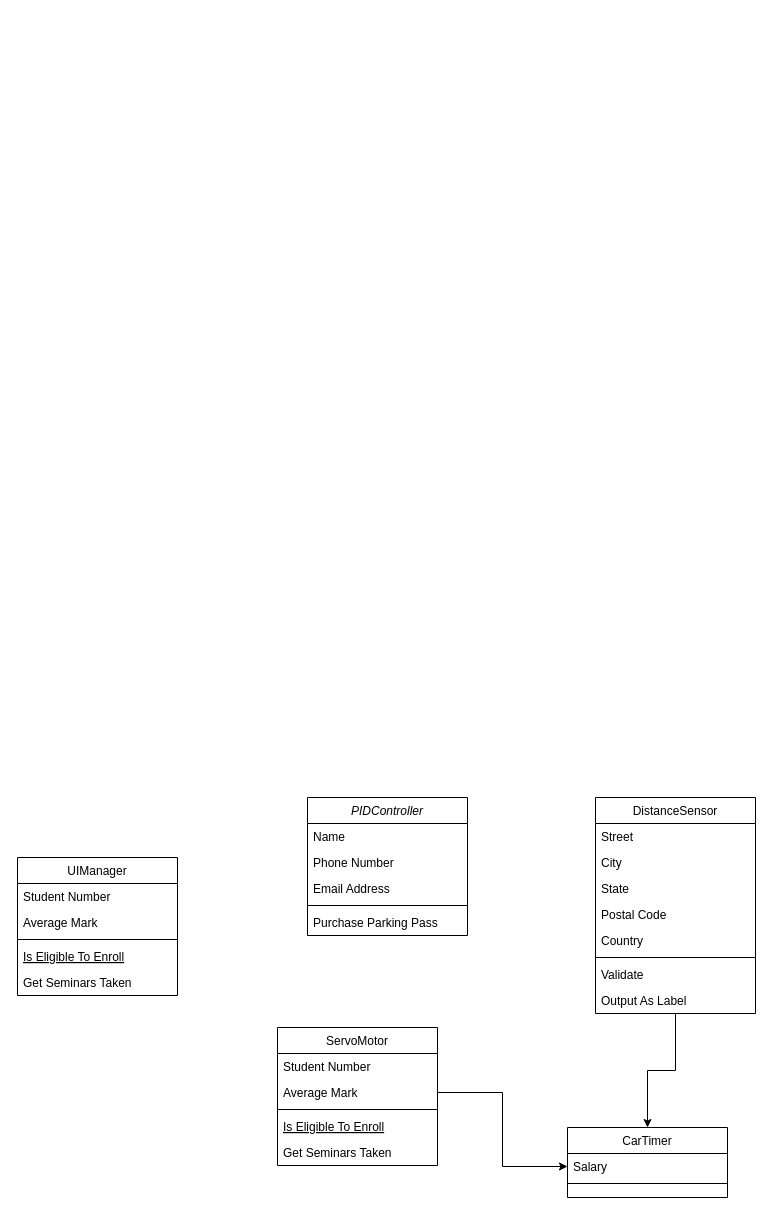
TiemonS/Tiemon-Steeghs-Semester-3-Repository keeps this draw.io diagram as Embedded systems/Closed loop challenge/Closed Loop abstractielaag klassendiagram.drawio. Above is the earlier version. Source tidied: cells renumbered, new cells numbered last; positions are measured from the earlier drawing's top-left corner, leaving out a move shared by most shapes. Both pictures are drawn from the tidied source at 100%, with x=0, y=0 at pixel (17, 797).
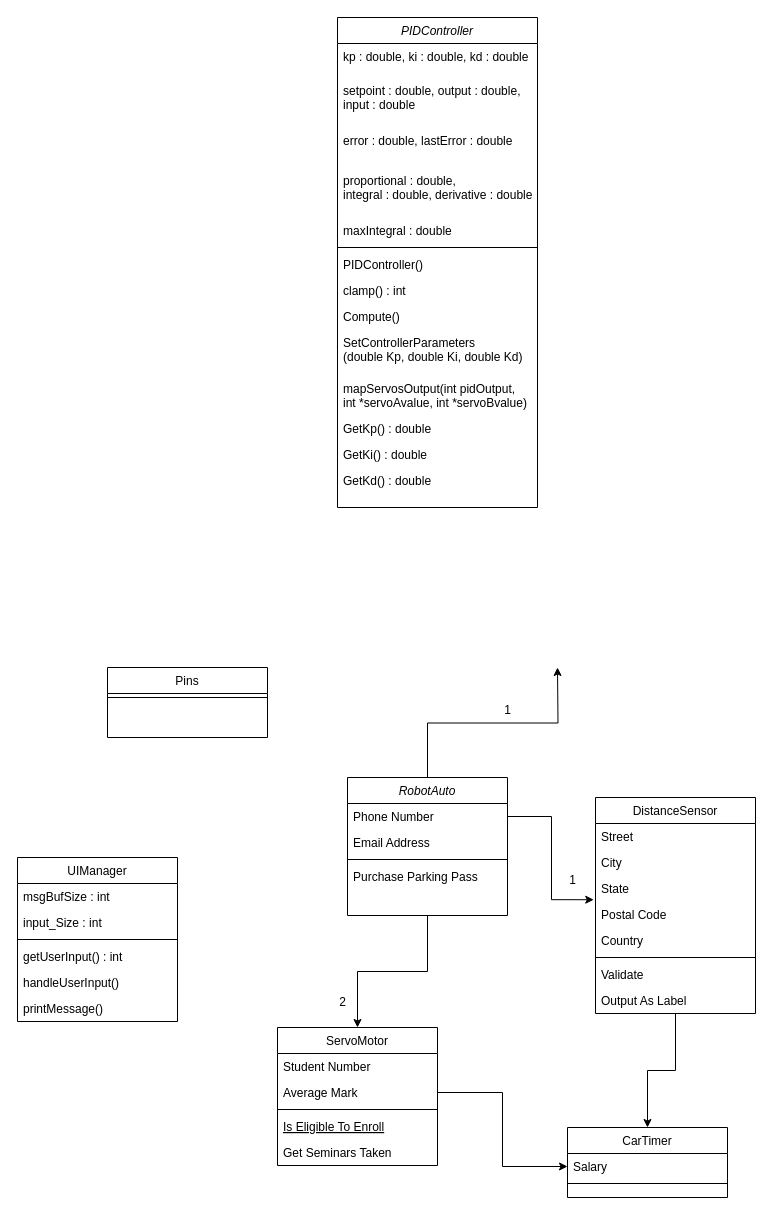
Above is the later version.

The change refers to these unchanged cells:
```xml
<mxCell id="8" value="ServoMotor" style="swimlane;fontStyle=0;align=center;verticalAlign=top;horizontal=1;startSize=26;rounded=0;shadow=0;strokeWidth=1;" parent="1" vertex="1">
  <mxGeometry x="260" y="230" width="160" height="138" as="geometry" />
</mxCell>
<mxCell id="22" value="Postal Code" style="text;align=left;verticalAlign=top;spacingLeft=4;spacingRight=4;overflow=hidden;points=[[0,0.5],[1,0.5]];portConstraint=eastwest;rounded=0;shadow=0;html=0;" parent="18" vertex="1">
  <mxGeometry y="104" width="160" height="26" as="geometry" />
</mxCell>
```

Diff of the diagram source:
```diff
@@
     <mxCell id="2" value="PIDController" style="swimlane;fontStyle=2;align=center;verticalAlign=top;horizontal=1;startSize=26;rounded=0;shadow=0;strokeWidth=1;" parent="1" vertex="1">
-      <mxGeometry x="290" width="160" height="138" as="geometry" />
+      <mxGeometry x="320" y="-780" width="200" height="490" as="geometry" />
     </mxCell>
-    <mxCell id="3" value="Name" style="text;align=left;verticalAlign=top;spacingLeft=4;spacingRight=4;overflow=hidden;" parent="2" vertex="1">
-      <mxGeometry y="26" width="160" height="26" as="geometry" />
+    <mxCell id="3" value="kp : double, ki : double, kd : double" style="text;align=left;verticalAlign=top;spacingLeft=4;spacingRight=4;overflow=hidden;" parent="2" vertex="1">
+      <mxGeometry y="26" width="200" height="34" as="geometry" />
     </mxCell>
-    <mxCell id="4" value="Phone Number" style="text;align=left;verticalAlign=top;spacingLeft=4;spacingRight=4;overflow=hidden;points=[[0,0.5],[1,0.5]];portConstraint=eastwest;rounded=0;shadow=0;html=0;" parent="2" vertex="1">
-      <mxGeometry y="52" width="160" height="26" as="geometry" />
-    </mxCell>
-    <mxCell id="5" value="Email Address" style="text;align=left;verticalAlign=top;spacingLeft=4;spacingRight=4;overflow=hidden;rounded=0;shadow=0;html=0;" parent="2" vertex="1">
-      <mxGeometry y="78" width="160" height="26" as="geometry" />
-    </mxCell>
+    <mxCell id="34" value="setpoint : double, output : double, &#10;input : double" style="text;align=left;verticalAlign=top;spacingLeft=4;spacingRight=4;overflow=hidden;rounded=0;shadow=0;html=0;" parent="2" vertex="1">
+      <mxGeometry y="60" width="200" height="50" as="geometry" />
+    </mxCell>
+    <mxCell id="35" value="error : double, lastError : double" style="text;align=left;verticalAlign=top;spacingLeft=4;spacingRight=4;overflow=hidden;rounded=0;shadow=0;html=0;" parent="2" vertex="1">
+      <mxGeometry y="110" width="200" height="40" as="geometry" />
+    </mxCell>
+    <mxCell id="36" value="proportional : double, &#10;integral : double, derivative : double" style="text;align=left;verticalAlign=top;spacingLeft=4;spacingRight=4;overflow=hidden;rounded=0;shadow=0;html=0;" parent="2" vertex="1">
+      <mxGeometry y="150" width="200" height="50" as="geometry" />
+    </mxCell>
+    <mxCell id="37" value="maxIntegral : double" style="text;align=left;verticalAlign=top;spacingLeft=4;spacingRight=4;overflow=hidden;rounded=0;shadow=0;html=0;" parent="2" vertex="1">
+      <mxGeometry y="200" width="200" height="26" as="geometry" />
+    </mxCell>
     <mxCell id="6" style="line;html=1;strokeWidth=1;align=left;verticalAlign=middle;spacingTop=-1;spacingLeft=3;spacingRight=3;labelPosition=right;" parent="2" vertex="1">
-      <mxGeometry y="104" width="160" height="8" as="geometry" />
+      <mxGeometry y="226" width="200" height="8" as="geometry" />
     </mxCell>
+    <mxCell id="38" value="PIDController()" style="text;align=left;verticalAlign=top;spacingLeft=4;spacingRight=4;overflow=hidden;" parent="2" vertex="1">
+      <mxGeometry y="234" width="200" height="26" as="geometry" />
+    </mxCell>
-    <mxCell id="7" value="Purchase Parking Pass" style="text;align=left;verticalAlign=top;spacingLeft=4;spacingRight=4;overflow=hidden;" parent="2" vertex="1">
-      <mxGeometry y="112" width="160" height="26" as="geometry" />
+    <mxCell id="7" value="clamp() : int" style="text;align=left;verticalAlign=top;spacingLeft=4;spacingRight=4;overflow=hidden;" parent="2" vertex="1">
+      <mxGeometry y="260" width="200" height="26" as="geometry" />
     </mxCell>
+    <mxCell id="39" value="Compute()" style="text;align=left;verticalAlign=top;spacingLeft=4;spacingRight=4;overflow=hidden;" parent="2" vertex="1">
+      <mxGeometry y="286" width="200" height="26" as="geometry" />
+    </mxCell>
+    <mxCell id="40" value="SetControllerParameters&#10;(double Kp, double Ki, double Kd)" style="text;align=left;verticalAlign=top;spacingLeft=4;spacingRight=4;overflow=hidden;" parent="2" vertex="1">
+      <mxGeometry y="312" width="200" height="46" as="geometry" />
+    </mxCell>
+    <mxCell id="41" value="mapServosOutput(int pidOutput, &#10;int *servoAvalue, int *servoBvalue)" style="text;align=left;verticalAlign=top;spacingLeft=4;spacingRight=4;overflow=hidden;" parent="2" vertex="1">
+      <mxGeometry y="358" width="200" height="40" as="geometry" />
+    </mxCell>
+    <mxCell id="42" value="GetKp() : double" style="text;align=left;verticalAlign=top;spacingLeft=4;spacingRight=4;overflow=hidden;" parent="2" vertex="1">
+      <mxGeometry y="398" width="200" height="26" as="geometry" />
+    </mxCell>
+    <mxCell id="43" value="GetKi() : double" style="text;align=left;verticalAlign=top;spacingLeft=4;spacingRight=4;overflow=hidden;" parent="2" vertex="1">
+      <mxGeometry y="424" width="200" height="26" as="geometry" />
+    </mxCell>
+    <mxCell id="44" value="GetKd() : double" style="text;align=left;verticalAlign=top;spacingLeft=4;spacingRight=4;overflow=hidden;" parent="2" vertex="1">
+      <mxGeometry y="450" width="200" height="26" as="geometry" />
+    </mxCell>
@@
     <mxCell id="28" value="UIManager" style="swimlane;fontStyle=0;align=center;verticalAlign=top;horizontal=1;startSize=26;rounded=0;shadow=0;strokeWidth=1;" parent="1" vertex="1">
-      <mxGeometry y="60" width="160" height="138" as="geometry" />
+      <mxGeometry y="60" width="160" height="164" as="geometry" />
     </mxCell>
-    <mxCell id="29" value="Student Number" style="text;align=left;verticalAlign=top;spacingLeft=4;spacingRight=4;overflow=hidden;" parent="28" vertex="1">
+    <mxCell id="29" value="msgBufSize : int" style="text;align=left;verticalAlign=top;spacingLeft=4;spacingRight=4;overflow=hidden;" parent="28" vertex="1">
       <mxGeometry y="26" width="160" height="26" as="geometry" />
     </mxCell>
-    <mxCell id="30" value="Average Mark" style="text;align=left;verticalAlign=top;spacingLeft=4;spacingRight=4;overflow=hidden;rounded=0;shadow=0;html=0;" parent="28" vertex="1">
+    <mxCell id="30" value="input_Size : int" style="text;align=left;verticalAlign=top;spacingLeft=4;spacingRight=4;overflow=hidden;rounded=0;shadow=0;html=0;" parent="28" vertex="1">
       <mxGeometry y="52" width="160" height="26" as="geometry" />
     </mxCell>
@@
-    <mxCell id="32" value="Is Eligible To Enroll" style="text;align=left;verticalAlign=top;spacingLeft=4;spacingRight=4;overflow=hidden;fontStyle=4;" parent="28" vertex="1">
+    <mxCell id="32" value="getUserInput() : int" style="text;align=left;verticalAlign=top;spacingLeft=4;spacingRight=4;overflow=hidden;fontStyle=0;" parent="28" vertex="1">
       <mxGeometry y="86" width="160" height="26" as="geometry" />
     </mxCell>
-    <mxCell id="33" value="Get Seminars Taken" style="text;align=left;verticalAlign=top;spacingLeft=4;spacingRight=4;overflow=hidden;" parent="28" vertex="1">
+    <mxCell id="33" value="handleUserInput()" style="text;align=left;verticalAlign=top;spacingLeft=4;spacingRight=4;overflow=hidden;" parent="28" vertex="1">
       <mxGeometry y="112" width="160" height="26" as="geometry" />
     </mxCell>
+    <mxCell id="45" value="printMessage()" style="text;align=left;verticalAlign=top;spacingLeft=4;spacingRight=4;overflow=hidden;" parent="28" vertex="1">
+      <mxGeometry y="138" width="160" height="26" as="geometry" />
+    </mxCell>
+    <mxCell id="46" value="Pins" style="swimlane;fontStyle=0;align=center;verticalAlign=top;horizontal=1;startSize=26;rounded=0;shadow=0;strokeWidth=1;" parent="1" vertex="1">
+      <mxGeometry x="90" y="-130" width="160" height="70" as="geometry" />
+    </mxCell>
+    <mxCell id="47" style="line;html=1;strokeWidth=1;align=left;verticalAlign=middle;spacingTop=-1;spacingLeft=3;spacingRight=3;labelPosition=right;" parent="46" vertex="1">
+      <mxGeometry y="26" width="160" height="8" as="geometry" />
+    </mxCell>
+    <mxCell id="48" style="edgeStyle=orthogonalEdgeStyle;rounded=0;jettySize=auto;html=1;exitX=0.5;exitY=0;exitDx=0;exitDy=0;" parent="1" edge="1" source="50">
+      <mxGeometry relative="1" as="geometry">
+        <mxPoint x="540" y="-130" as="targetPoint" />
+      </mxGeometry>
+    </mxCell>
+    <mxCell id="49" style="edgeStyle=orthogonalEdgeStyle;rounded=0;jettySize=auto;html=1;entryX=0.5;entryY=0;entryDx=0;entryDy=0;" parent="1" edge="1" source="50" target="8">
+      <mxGeometry relative="1" as="geometry" />
+    </mxCell>
+    <mxCell id="50" value="RobotAuto" style="swimlane;fontStyle=2;align=center;verticalAlign=top;horizontal=1;startSize=26;rounded=0;shadow=0;strokeWidth=1;" parent="1" vertex="1">
+      <mxGeometry x="330" y="-20" width="160" height="138" as="geometry" />
+    </mxCell>
+    <mxCell id="4" value="Phone Number" style="text;align=left;verticalAlign=top;spacingLeft=4;spacingRight=4;overflow=hidden;points=[[0,0.5],[1,0.5]];portConstraint=eastwest;rounded=0;shadow=0;html=0;" parent="50" vertex="1">
+      <mxGeometry y="26" width="160" height="26" as="geometry" />
+    </mxCell>
+    <mxCell id="5" value="Email Address" style="text;align=left;verticalAlign=top;spacingLeft=4;spacingRight=4;overflow=hidden;rounded=0;shadow=0;html=0;" parent="50" vertex="1">
+      <mxGeometry y="52" width="160" height="26" as="geometry" />
+    </mxCell>
+    <mxCell id="51" style="line;html=1;strokeWidth=1;align=left;verticalAlign=middle;spacingTop=-1;spacingLeft=3;spacingRight=3;labelPosition=right;" parent="50" vertex="1">
+      <mxGeometry y="78" width="160" height="8" as="geometry" />
+    </mxCell>
+    <mxCell id="52" value="Purchase Parking Pass" style="text;align=left;verticalAlign=top;spacingLeft=4;spacingRight=4;overflow=hidden;" parent="50" vertex="1">
+      <mxGeometry y="86" width="160" height="26" as="geometry" />
+    </mxCell>
+    <mxCell id="53" style="edgeStyle=orthogonalEdgeStyle;rounded=0;jettySize=auto;html=1;exitX=1;exitY=0.5;exitDx=0;exitDy=0;entryX=-0.011;entryY=-0.069;entryDx=0;entryDy=0;entryPerimeter=0;" parent="1" edge="1" source="4" target="22">
+      <mxGeometry relative="1" as="geometry" />
+    </mxCell>
+    <mxCell id="54" value="2" style="text;html=1;align=center;verticalAlign=middle;strokeColor=none;fillColor=none;" parent="1" vertex="1">
+      <mxGeometry x="310" y="190" width="30" height="30" as="geometry" />
+    </mxCell>
+    <mxCell id="55" value="1" style="text;html=1;align=center;verticalAlign=middle;strokeColor=none;fillColor=none;" parent="1" vertex="1">
+      <mxGeometry x="540" y="68" width="30" height="30" as="geometry" />
+    </mxCell>
+    <mxCell id="56" value="1" style="text;html=1;align=center;verticalAlign=middle;strokeColor=none;fillColor=none;" parent="1" vertex="1">
+      <mxGeometry x="475" y="-102" width="30" height="30" as="geometry" />
+    </mxCell>
```
